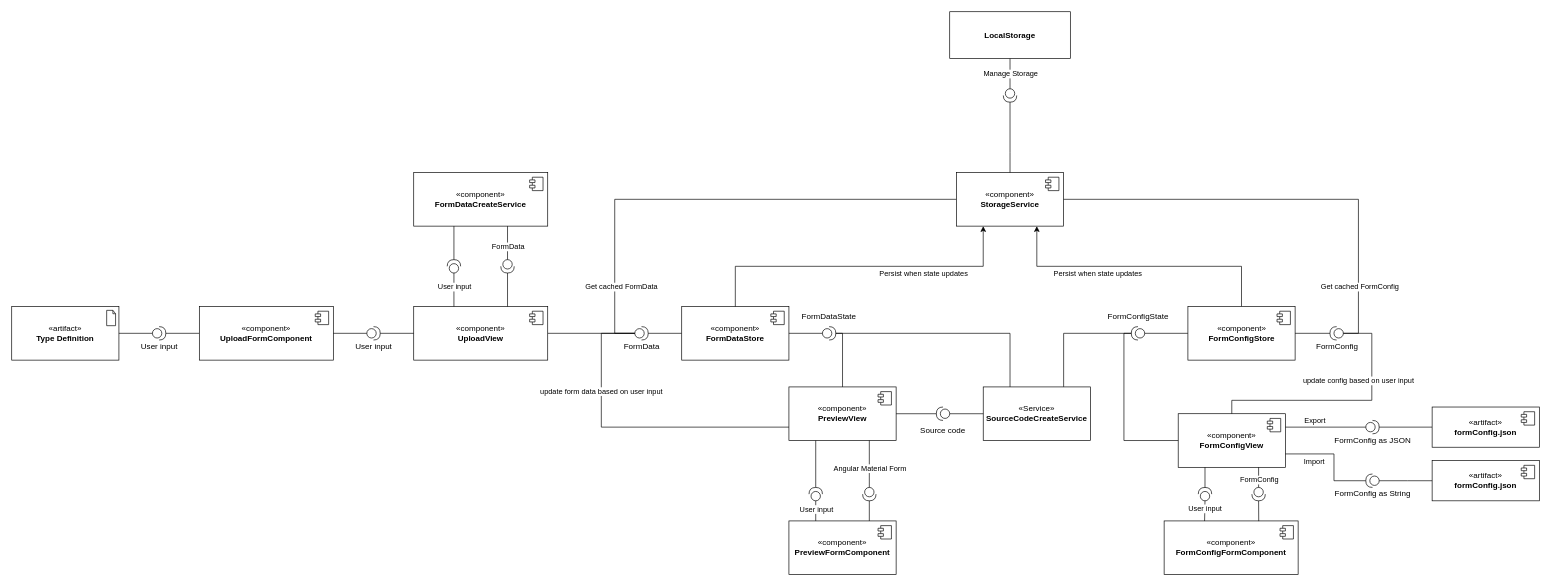
The draw.io diagram diagrams/component-diagram/Komponentendiagramm.drawio in IfSince/form-generator, before the edit. Source tidied: cells renumbered, new cells numbered last; positions are measured from the earlier drawing's top-left corner, leaving out a move shared by most shapes. Both pictures are drawn from the tidied source at 67%, with x=0, y=0 at pixel (11, 11).
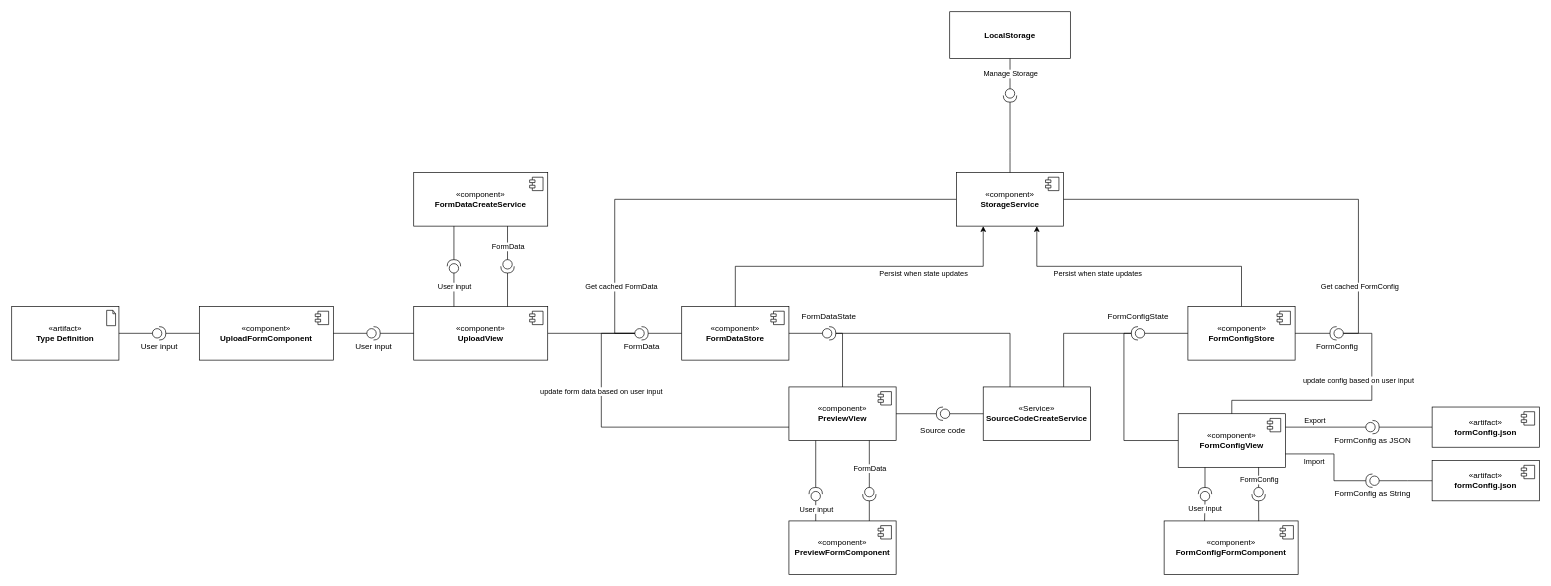
Above is the later version.

Unchanged cells that the change refers to:
```xml
<mxCell id="51" style="endArrow=none;html=1;rounded=0;entryX=0;entryY=0.5;entryDx=0;entryDy=0;entryPerimeter=0;exitX=0.75;exitY=1;exitDx=0;exitDy=0;" parent="1" edge="1" source="7" target="50">
  <mxGeometry relative="1" as="geometry" />
</mxCell>
```

Change to the diagram source:
```diff
@@
-    <mxCell id="52" value="Angular Material Form" style="edgeLabel;html=1;align=center;verticalAlign=middle;" parent="51" vertex="1">
+    <mxCell id="52" value="FormData" style="edgeLabel;html=1;align=center;verticalAlign=middle;" parent="51" vertex="1">
       <mxGeometry x="0.18" y="2" relative="1" as="geometry">
         <mxPoint x="-2" as="offset" />
       </mxGeometry>
     </mxCell>
```
